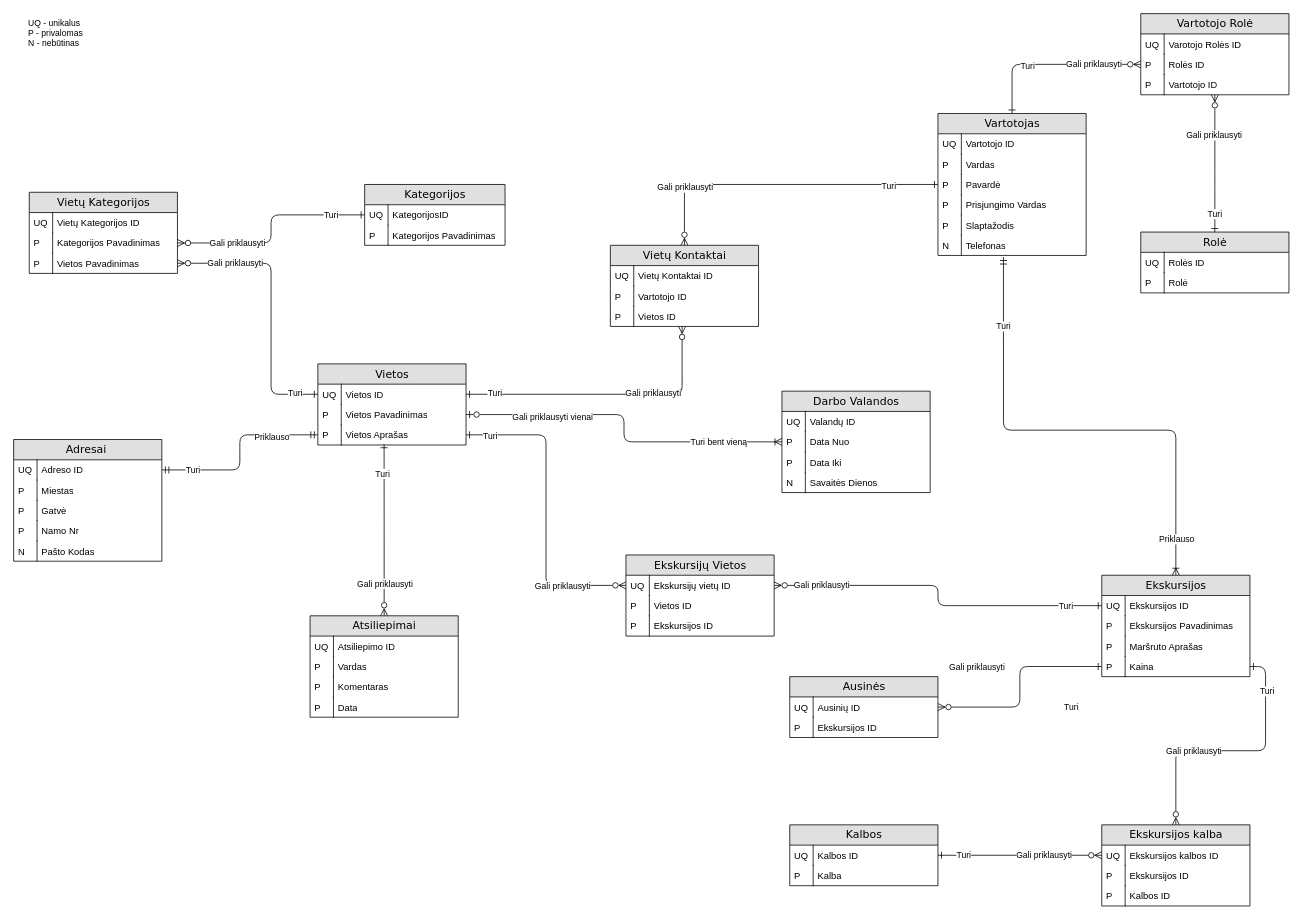
Above: VikoTourismInformationCenter/ERD.drawio in GiedriusMauza/VikoTourismInformationCenter (draw.io), before the change. Source tidied: cells renumbered, new cells numbered last; positions are measured from the earlier drawing's top-left corner, leaving out a move shared by most shapes. Both pictures are drawn from the tidied source at 78%, with x=0, y=0 at pixel (13, 13).
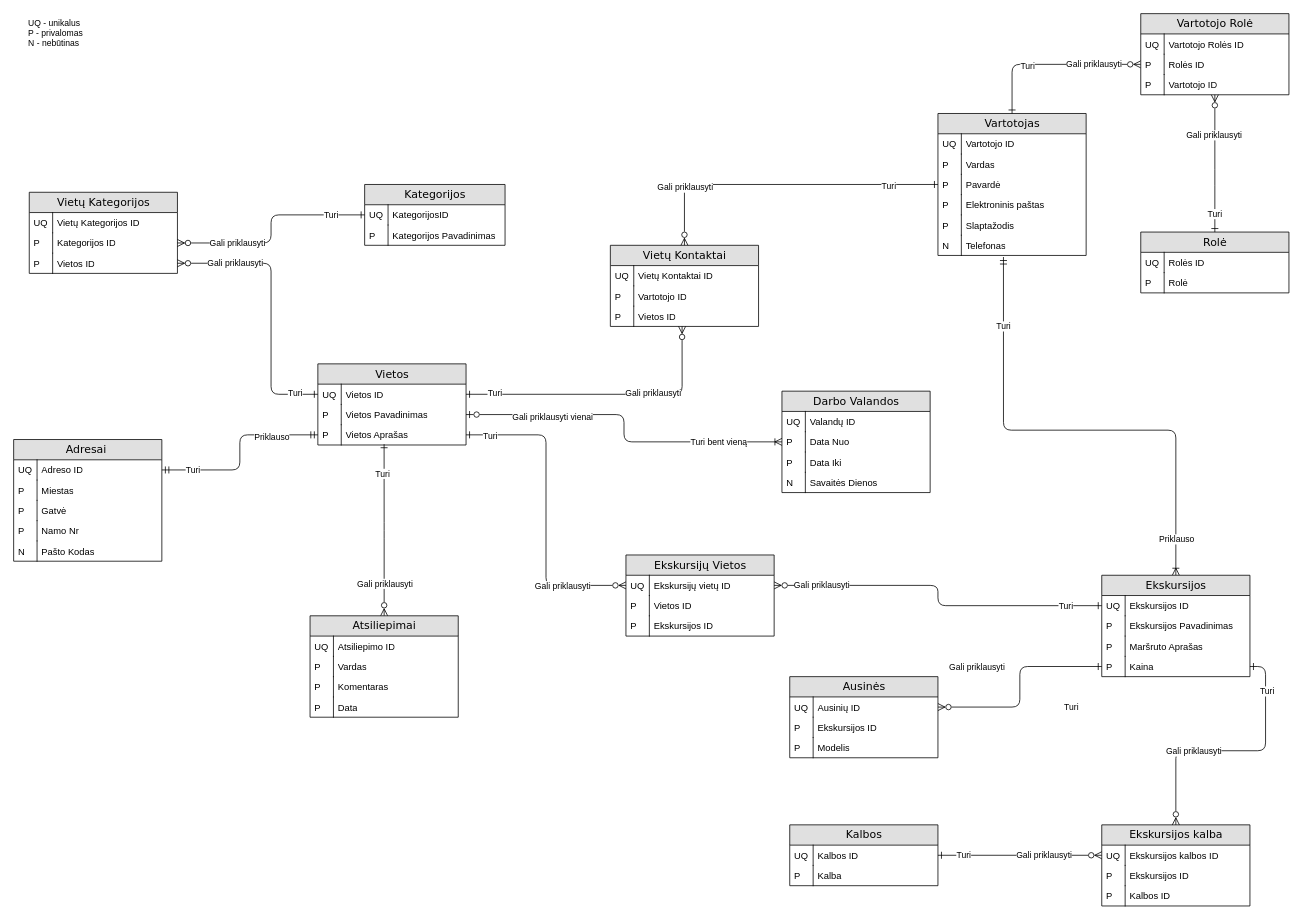
The same diagram, later.

Unchanged cells that the change refers to:
```xml
<mxCell id="2" value="Vietų Kategorijos" style="swimlane;html=1;fontStyle=0;horizontal=1;startSize=26;fillColor=#e0e0e0;swimlaneFillColor=#ffffff;align=center;rounded=0;shadow=0;comic=0;labelBackgroundColor=none;strokeWidth=1;fontFamily=Verdana;fontSize=14;" parent="1" vertex="1">
  <mxGeometry x="20" y="229" width="190" height="104" as="geometry" />
</mxCell>
<mxCell id="67" value="Vartotojas" style="swimlane;html=1;fontStyle=0;horizontal=1;startSize=26;fillColor=#e0e0e0;swimlaneFillColor=#ffffff;align=center;rounded=0;shadow=0;comic=0;labelBackgroundColor=none;strokeWidth=1;fontFamily=Verdana;fontSize=14;" parent="1" vertex="1">
  <mxGeometry x="1185" y="128" width="190" height="182" as="geometry" />
</mxCell>
<mxCell id="83" value="Vartotojo Rolė" style="swimlane;html=1;fontStyle=0;horizontal=1;startSize=26;fillColor=#e0e0e0;swimlaneFillColor=#ffffff;align=center;rounded=0;shadow=0;comic=0;labelBackgroundColor=none;strokeWidth=1;fontFamily=Verdana;fontSize=14;" parent="1" vertex="1">
  <mxGeometry x="1445" width="190" height="104" as="geometry" />
</mxCell>
```

What changed in the source:
```diff
@@
-    <mxCell id="5" value="Kategorijos Pavadinimas" style="shape=partialRectangle;top=0;left=0;right=0;bottom=0;html=1;align=left;verticalAlign=top;fillColor=none;spacingLeft=34;spacingRight=4;whiteSpace=wrap;overflow=hidden;points=[[0,0.5],[1,0.5]];portConstraint=eastwest;" parent="2" vertex="1">
+    <mxCell id="5" value="Kategorijos ID" style="shape=partialRectangle;top=0;left=0;right=0;bottom=0;html=1;align=left;verticalAlign=top;fillColor=none;spacingLeft=34;spacingRight=4;whiteSpace=wrap;overflow=hidden;points=[[0,0.5],[1,0.5]];portConstraint=eastwest;" parent="2" vertex="1">
       <mxGeometry y="52" width="190" height="26" as="geometry" />
     </mxCell>
@@
-    <mxCell id="7" value="Vietos Pavadinimas" style="shape=partialRectangle;top=0;left=0;right=0;bottom=0;html=1;align=left;verticalAlign=top;fillColor=none;spacingLeft=34;spacingRight=4;whiteSpace=wrap;overflow=hidden;points=[[0,0.5],[1,0.5]];portConstraint=eastwest;" parent="2" vertex="1">
+    <mxCell id="7" value="Vietos ID" style="shape=partialRectangle;top=0;left=0;right=0;bottom=0;html=1;align=left;verticalAlign=top;fillColor=none;spacingLeft=34;spacingRight=4;whiteSpace=wrap;overflow=hidden;points=[[0,0.5],[1,0.5]];portConstraint=eastwest;" parent="2" vertex="1">
       <mxGeometry y="78" width="190" height="26" as="geometry" />
     </mxCell>
@@
-    <mxCell id="74" value="Prisjungimo Vardas" style="shape=partialRectangle;top=0;left=0;right=0;bottom=0;html=1;align=left;verticalAlign=top;fillColor=none;spacingLeft=34;spacingRight=4;whiteSpace=wrap;overflow=hidden;" parent="67" vertex="1">
+    <mxCell id="74" value="Elektroninis paštas" style="shape=partialRectangle;top=0;left=0;right=0;bottom=0;html=1;align=left;verticalAlign=top;fillColor=none;spacingLeft=34;spacingRight=4;whiteSpace=wrap;overflow=hidden;" parent="67" vertex="1">
       <mxGeometry y="104" width="190" height="26" as="geometry" />
     </mxCell>
@@
-    <mxCell id="84" value="Varotojo Rolės ID" style="shape=partialRectangle;top=0;left=0;right=0;bottom=0;html=1;align=left;verticalAlign=top;fillColor=none;spacingLeft=34;spacingRight=4;whiteSpace=wrap;overflow=hidden;" parent="83" vertex="1">
+    <mxCell id="84" value="Vartotojo Rolės ID" style="shape=partialRectangle;top=0;left=0;right=0;bottom=0;html=1;align=left;verticalAlign=top;fillColor=none;spacingLeft=34;spacingRight=4;whiteSpace=wrap;overflow=hidden;" parent="83" vertex="1">
       <mxGeometry y="26" width="190" height="26" as="geometry" />
     </mxCell>
@@
     <mxCell id="150" value="Ausinės" style="swimlane;html=1;fontStyle=0;horizontal=1;startSize=26;fillColor=#e0e0e0;swimlaneFillColor=#ffffff;align=center;rounded=0;shadow=0;comic=0;labelBackgroundColor=none;strokeWidth=1;fontFamily=Verdana;fontSize=14;" parent="1" vertex="1">
-      <mxGeometry x="995" y="850" width="190" height="78" as="geometry" />
+      <mxGeometry x="995" y="850" width="190" height="104" as="geometry" />
     </mxCell>
@@
+    <mxCell id="158" value="Modelis" style="shape=partialRectangle;top=0;left=0;right=0;bottom=0;html=1;align=left;verticalAlign=top;fillColor=none;spacingLeft=34;spacingRight=4;whiteSpace=wrap;overflow=hidden;" parent="150" vertex="1">
+      <mxGeometry y="78" width="190" height="26" as="geometry" />
+    </mxCell>
+    <mxCell id="159" value="P" style="shape=partialRectangle;top=0;left=0;bottom=0;html=1;fillColor=none;align=left;verticalAlign=top;spacingLeft=4;spacingRight=4;whiteSpace=wrap;overflow=hidden;" parent="158" vertex="1">
+      <mxGeometry width="30" height="26" as="geometry" />
+    </mxCell>
```
